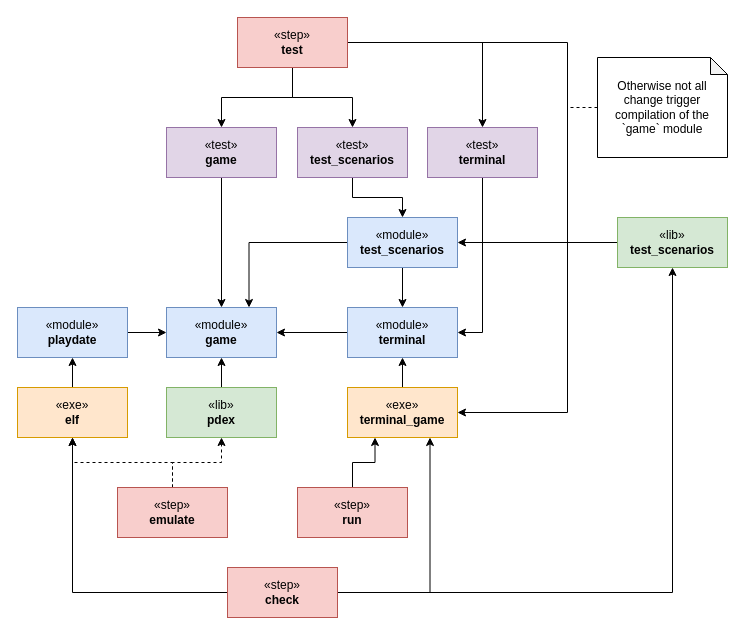
The draw.io diagram page "Build graph" (1 of 11) of docs/schemas.drawio in vladimir-popov/forgotten_catacombs, before the edit. Source tidied: cells renumbered, new cells numbered last; positions are measured from the earlier drawing's top-left corner, leaving out a move shared by most shapes. Both pictures are drawn from the tidied source at 100%, with x=0, y=0 at pixel (17, 17).
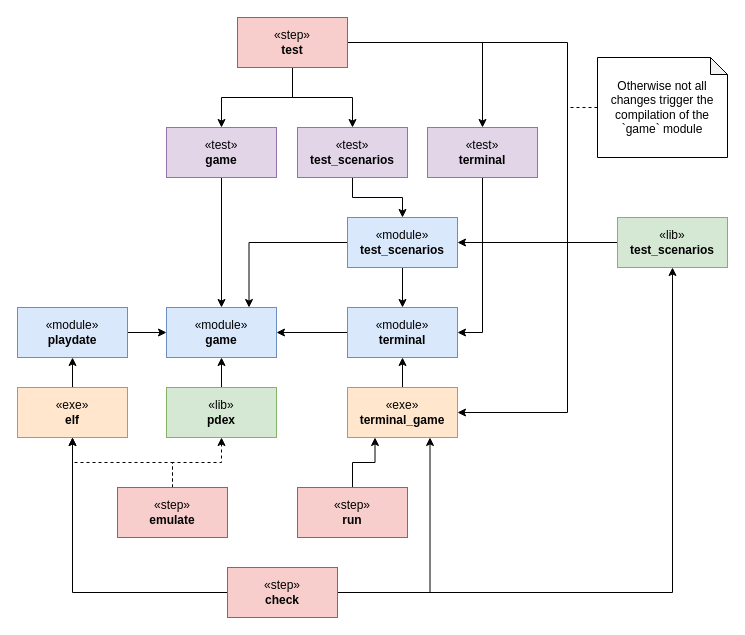
After the change.

The edit, as a diff of the source:
```diff
@@
-    <mxCell id="39" value="Otherwise not all change trigger compilation of the `game` module" style="shape=note;whiteSpace=wrap;html=1;backgroundOutline=1;darkOpacity=0.05;size=17;" parent="1" vertex="1">
+    <mxCell id="39" value="Otherwise not all changes trigger the compilation of the `game` module" style="shape=note;whiteSpace=wrap;html=1;backgroundOutline=1;darkOpacity=0.05;size=17;" parent="1" vertex="1">
       <mxGeometry x="580" y="40" width="130" height="100" as="geometry" />
     </mxCell>
```
